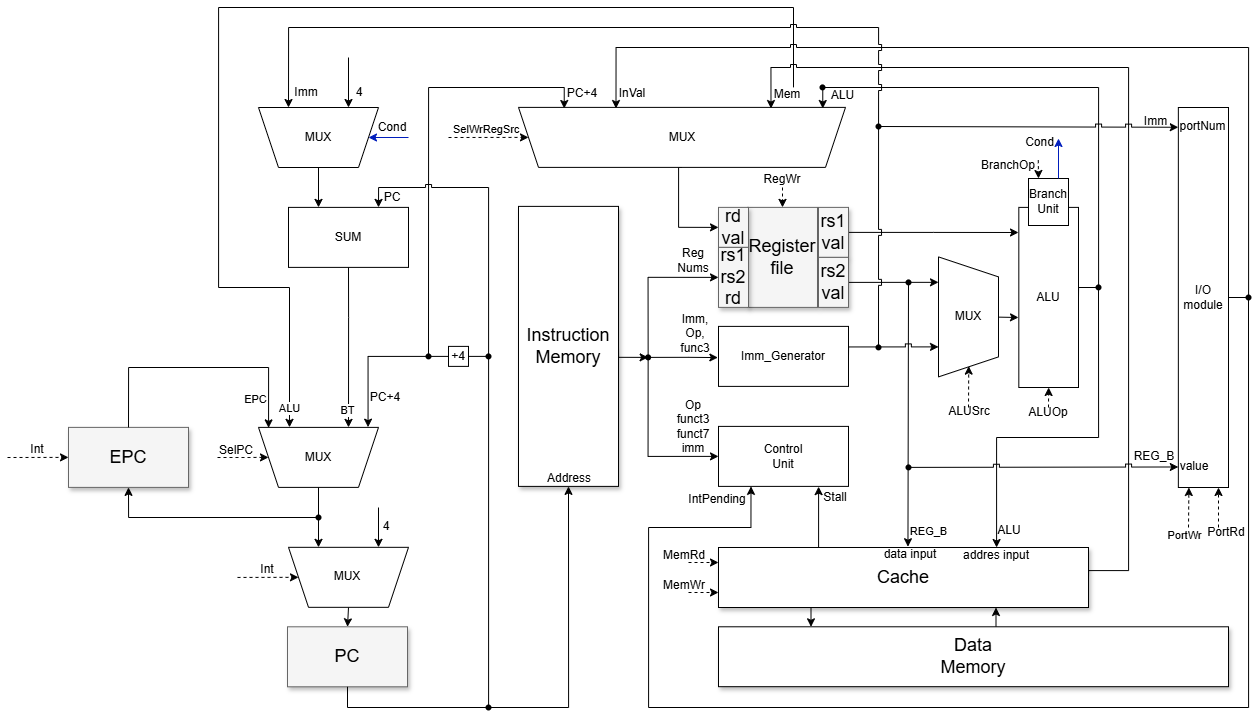
Earlier version of the draw.io export DataPath.drawio.png (sircuspelle/cached-harvard-risc-assembler). Source tidied: cells renumbered, new cells last; positions are measured from the earlier drawing's top-left corner, leaving out a move shared by most shapes.
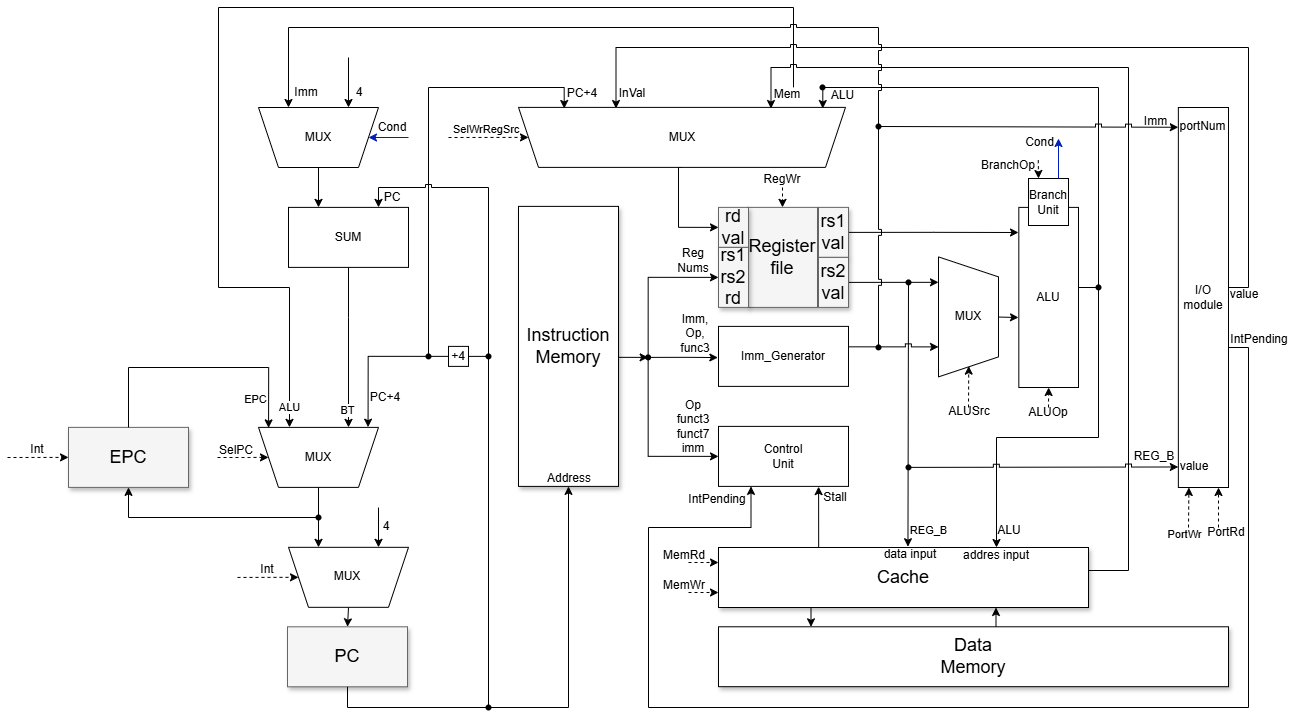
The same diagram one commit later.

The edit, as a diff of the source:
```diff
@@ -128,13 +128,14 @@
     <mxCell id="23" value="Cache" style="whiteSpace=wrap;html=1;shadow=1;fontSize=18;direction=south;" parent="1" vertex="1">
       <mxGeometry x="711" y="540" width="370" height="60" as="geometry" />
     </mxCell>
-    <mxCell id="24" style="edgeStyle=orthogonalEdgeStyle;rounded=0;jettySize=auto;html=1;entryX=0.25;entryY=0;entryDx=0;entryDy=0;jumpStyle=sharp;exitX=1;exitY=0.5;exitDx=0;exitDy=0;" parent="1" edge="1" source="25">
+    <mxCell id="24" style="edgeStyle=orthogonalEdgeStyle;rounded=0;jettySize=auto;html=1;entryX=0.25;entryY=0;entryDx=0;entryDy=0;jumpStyle=sharp;exitX=1;exitY=0.25;exitDx=0;exitDy=0;" parent="1" edge="1" source="25">
       <mxGeometry relative="1" as="geometry">
         <mxPoint x="608.5" y="101" as="targetPoint" />
         <Array as="points">
-          <mxPoint x="1241" y="290" />
+          <mxPoint x="1221" y="280" />
+          <mxPoint x="1241" y="280" />
           <mxPoint x="1241" y="40" />
-          <mxPoint x="608" y="40" />
+          <mxPoint x="609" y="40" />
         </Array>
       </mxGeometry>
     </mxCell>
@@ -248,9 +249,11 @@
     <mxCell id="46" value="Address" style="text;html=1;whiteSpace=wrap;strokeColor=none;fillColor=none;align=center;verticalAlign=middle;rounded=0;" parent="1" vertex="1">
       <mxGeometry x="532" y="465" width="60" height="12" as="geometry" />
     </mxCell>
-    <mxCell id="47" style="edgeStyle=orthogonalEdgeStyle;rounded=0;jettySize=auto;html=1;entryX=0.25;entryY=1;entryDx=0;entryDy=0;curved=0;" parent="1" edge="1" source="48" target="16">
+    <mxCell id="47" style="edgeStyle=orthogonalEdgeStyle;rounded=0;jettySize=auto;html=1;entryX=0.25;entryY=1;entryDx=0;entryDy=0;curved=0;exitX=1;exitY=0.75;exitDx=0;exitDy=0;" parent="1" edge="1" source="25" target="16">
       <mxGeometry relative="1" as="geometry">
         <Array as="points">
+          <mxPoint x="1221" y="340" />
+          <mxPoint x="1241" y="340" />
           <mxPoint x="1241" y="700" />
           <mxPoint x="641" y="700" />
           <mxPoint x="641" y="520" />
@@ -258,9 +261,6 @@
         </Array>
       </mxGeometry>
     </mxCell>
-    <mxCell id="48" style="shape=waypoint;sketch=0;size=6;points=[];fillColor=none;perimeter=centerPerimeter;snapToPoint=1;" parent="1" vertex="1">
-      <mxGeometry x="1231" y="280" width="20" height="20" as="geometry" />
-    </mxCell>
     <mxCell id="49" value="Stall" style="text;html=1;whiteSpace=wrap;strokeColor=none;fillColor=none;align=center;verticalAlign=middle;rounded=0;" parent="1" vertex="1">
       <mxGeometry x="798" y="474.7" width="60" height="30" as="geometry" />
     </mxCell>
@@ -549,5 +549,11 @@
     <mxCell id="128" value="IntPending" style="text;html=1;whiteSpace=wrap;strokeColor=none;fillColor=none;align=center;verticalAlign=middle;rounded=0;" parent="1" vertex="1">
       <mxGeometry x="680" y="477" width="60" height="30" as="geometry" />
     </mxCell>
+    <mxCell id="129" value="IntPending" style="text;html=1;whiteSpace=wrap;strokeColor=none;fillColor=none;align=center;verticalAlign=middle;rounded=0;" parent="1" vertex="1">
+      <mxGeometry x="1222" y="317" width="60" height="30" as="geometry" />
+    </mxCell>
+    <mxCell id="130" value="value" style="text;html=1;whiteSpace=wrap;strokeColor=none;fillColor=none;align=center;verticalAlign=middle;rounded=0;" parent="1" vertex="1">
+      <mxGeometry x="1207" y="272" width="60" height="30" as="geometry" />
+    </mxCell>
   </root>
 </mxGraphModel>
```
